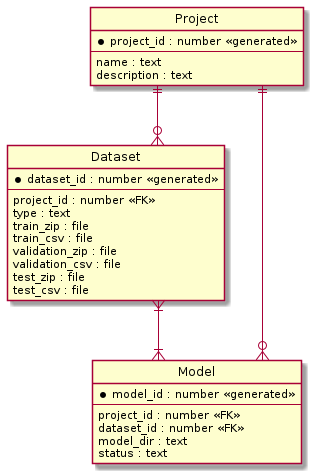
Earlier version of the PlantUML export figure/erd_ml_project_database.png (ryoma-jp/AI_Dashboard).
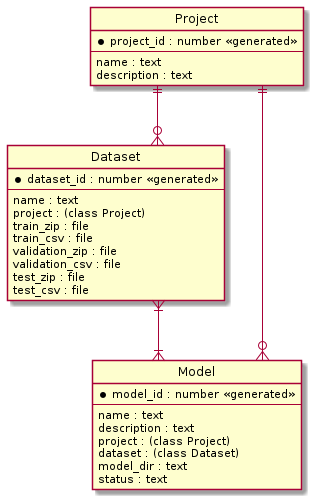
The same diagram one commit later.

The edit, as a diff of the source:
```diff
@@ -13,8 +13,8 @@
 entity "Dataset" as dataset {
   *dataset_id : number <<generated>>
   --
-  project_id : number <<FK>>
-  type : text
+  name : text
+  project : (class Project)
   train_zip : file
   train_csv : file
   validation_zip : file
@@ -26,8 +26,10 @@
 entity "Model" as model {
   *model_id : number <<generated>>
   --
-  project_id : number <<FK>>
-  dataset_id : number <<FK>>
+  name : text
+  description : text
+  project : (class Project)
+  dataset : (class Dataset)
   model_dir : text
   status : text
 }
```
